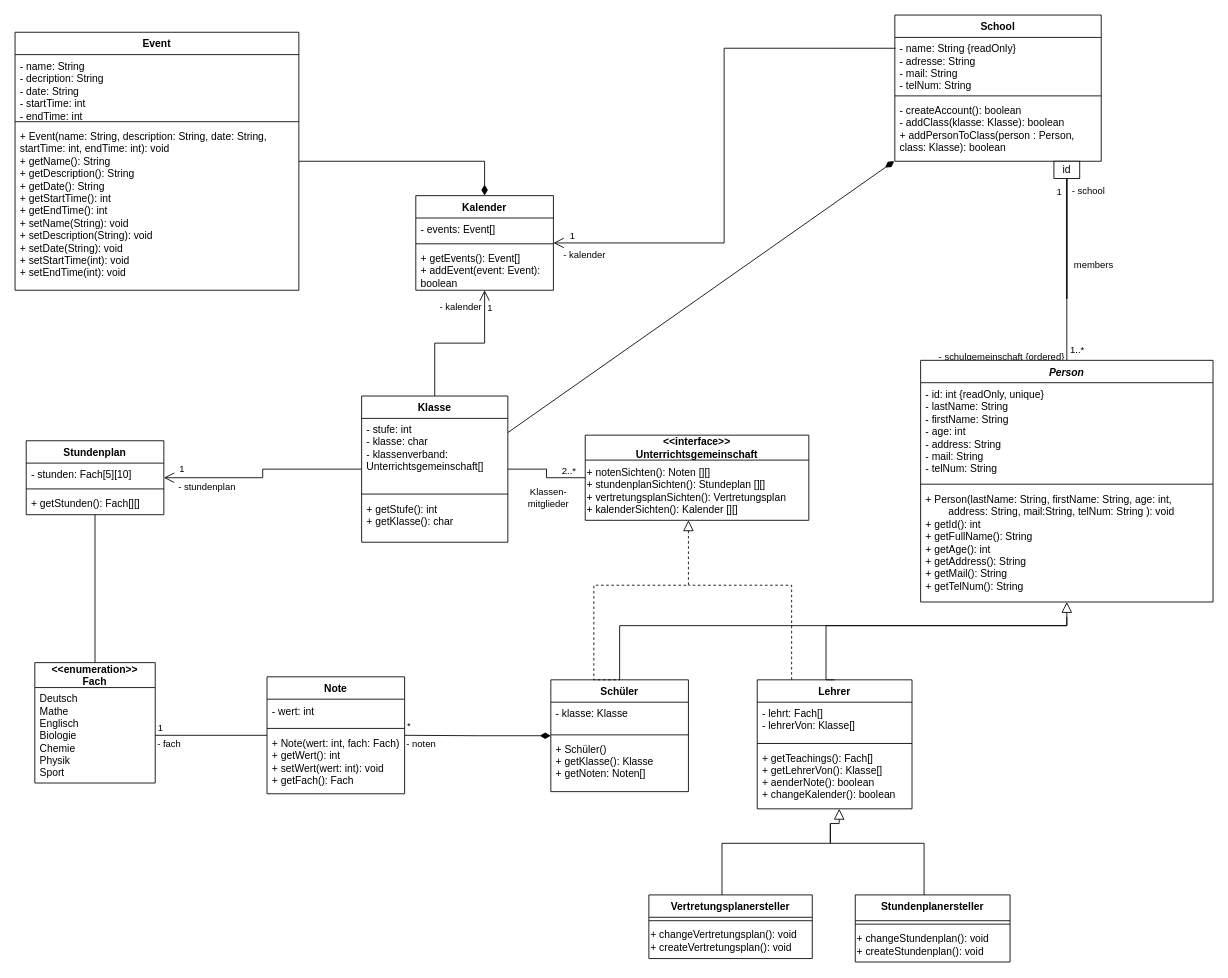
Before: ClassDiagram.drawio in TrainFan1804/SchulverwaltungUML, a draw.io diagram. Source tidied: cells renumbered, new cells numbered last; positions are measured from the earlier drawing's top-left corner, leaving out a move shared by most shapes. Both pictures are drawn from the tidied source at 86%, with x=0, y=0 at pixel (15, 15).
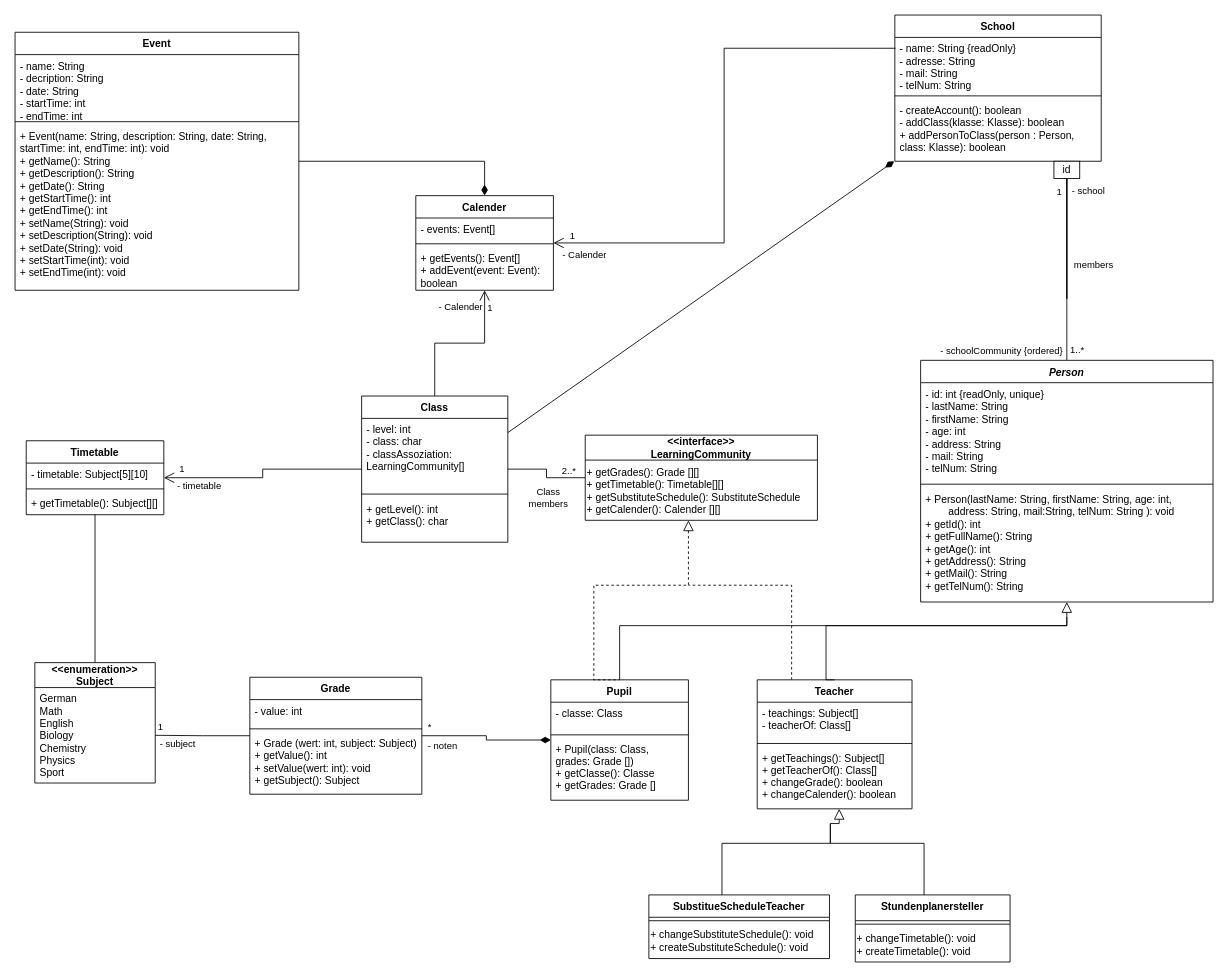
Above is the later version.

Unchanged cells that the change refers to:
```xml
<mxCell id="2" style="edgeStyle=orthogonalEdgeStyle;rounded=0;jettySize=auto;html=1;entryX=1;entryY=0.5;entryDx=0;entryDy=0;endArrow=none;endFill=0;startArrow=diamondThin;startFill=1;startSize=10;" parent="1" edge="1" source="5" target="25">
  <mxGeometry relative="1" as="geometry" />
</mxCell>
<mxCell id="14" value="Stundenplanersteller" style="swimlane;fontStyle=1;align=center;verticalAlign=top;horizontal=1;startSize=30;rounded=0;shadow=0;strokeWidth=1;" parent="1" vertex="1">
  <mxGeometry x="977" y="1023.1" width="180" height="78" as="geometry" />
</mxCell>
<mxCell id="22" style="edgeStyle=orthogonalEdgeStyle;rounded=0;jettySize=auto;html=1;entryX=1;entryY=0.5;entryDx=0;entryDy=0;endArrow=none;endFill=0;" parent="1" edge="1" source="25" target="67">
  <mxGeometry relative="1" as="geometry" />
</mxCell>
<mxCell id="29" style="edgeStyle=orthogonalEdgeStyle;rounded=0;jettySize=auto;html=1;entryX=1;entryY=0.5;entryDx=0;entryDy=0;endArrow=open;endFill=0;endSize=10;exitX=0.003;exitY=0.197;exitDx=0;exitDy=0;exitPerimeter=0;startSize=10;" parent="1" edge="1" source="38" target="51">
  <mxGeometry relative="1" as="geometry" />
</mxCell>
<mxCell id="32" style="edgeStyle=orthogonalEdgeStyle;rounded=0;jettySize=auto;html=1;entryX=0.5;entryY=0;entryDx=0;entryDy=0;strokeColor=default;align=center;verticalAlign=middle;fontFamily=Helvetica;fontSize=11;fontColor=default;labelBackgroundColor=default;endArrow=none;endFill=0;endSize=10;" parent="1" edge="1" source="82" target="62">
  <mxGeometry relative="1" as="geometry" />
</mxCell>
<mxCell id="41" style="edgeStyle=orthogonalEdgeStyle;rounded=0;jettySize=auto;html=1;entryX=0.5;entryY=1;entryDx=0;entryDy=0;endArrow=open;endFill=0;endSize=10;" parent="1" edge="1" source="47" target="51">
  <mxGeometry relative="1" as="geometry" />
</mxCell>
<mxCell id="44" style="edgeStyle=orthogonalEdgeStyle;rounded=0;jettySize=auto;html=1;entryX=1;entryY=0.5;entryDx=0;entryDy=0;endArrow=open;endFill=0;endSize=10;" parent="1" edge="1" source="47" target="56">
  <mxGeometry relative="1" as="geometry" />
</mxCell>
<mxCell id="69" style="edgeStyle=orthogonalEdgeStyle;rounded=0;jettySize=auto;html=1;entryX=1;entryY=0.5;entryDx=0;entryDy=0;endArrow=none;endFill=0;" parent="1" edge="1" source="72" target="47">
  <mxGeometry relative="1" as="geometry" />
</mxCell>
```

What changed in the source:
```diff
@@
     <mxCell id="3" value="- noten" style="edgeLabel;html=1;align=center;verticalAlign=middle;" parent="2" vertex="1">
       <mxGeometry x="0.3" relative="1" as="geometry">
-        <mxPoint x="-41" y="10" as="offset" />
+        <mxPoint x="-31" y="11" as="offset" />
       </mxGeometry>
     </mxCell>
     <mxCell id="4" value="*" style="edgeLabel;html=1;align=center;verticalAlign=middle;" parent="2" vertex="1">
       <mxGeometry x="0.91" y="-1" relative="1" as="geometry">
-        <mxPoint x="-3" y="-10" as="offset" />
+        <mxPoint x="1" y="-10" as="offset" />
       </mxGeometry>
     </mxCell>
-    <mxCell id="5" value="Schüler" style="swimlane;fontStyle=1;align=center;verticalAlign=top;horizontal=1;startSize=26;rounded=0;shadow=0;strokeWidth=1;" parent="1" vertex="1">
-      <mxGeometry x="623" y="773" width="160" height="130" as="geometry" />
+    <mxCell id="5" value="Pupil" style="swimlane;fontStyle=1;align=center;verticalAlign=top;horizontal=1;startSize=26;rounded=0;shadow=0;strokeWidth=1;" parent="1" vertex="1">
+      <mxGeometry x="623" y="773" width="160" height="140" as="geometry" />
     </mxCell>
-    <mxCell id="6" value="- klasse: Klasse&#10;" style="text;align=left;verticalAlign=top;spacingLeft=4;spacingRight=4;overflow=hidden;" parent="5" vertex="1">
+    <mxCell id="6" value="- classe: Class&#10;" style="text;align=left;verticalAlign=top;spacingLeft=4;spacingRight=4;overflow=hidden;" parent="5" vertex="1">
       <mxGeometry y="26" width="160" height="34" as="geometry" />
     </mxCell>
@@
-    <mxCell id="8" value="+ Schüler()&#10;+ getKlasse(): Klasse&#10;+ getNoten: Noten[]" style="text;align=left;verticalAlign=top;spacingLeft=4;spacingRight=4;overflow=hidden;" parent="5" vertex="1">
-      <mxGeometry y="68" width="160" height="52" as="geometry" />
+    <mxCell id="8" value="+ Pupil(class: Class, &#10;grades: Grade [])&#10;+ getClasse(): Classe&#10;+ getGrades: Grade []" style="text;align=left;verticalAlign=top;spacingLeft=4;spacingRight=4;overflow=hidden;" parent="5" vertex="1">
+      <mxGeometry y="68" width="160" height="72" as="geometry" />
     </mxCell>
@@
-    <mxCell id="10" value="Vertretungsplanersteller&#10;&#10;" style="swimlane;fontStyle=1;align=center;verticalAlign=top;horizontal=1;startSize=26;rounded=0;shadow=0;strokeWidth=1;" parent="1" vertex="1">
-      <mxGeometry x="737" y="1023.1" width="190" height="74" as="geometry" />
+    <mxCell id="10" value="SubstitueScheduleTeacher&#10;&#10;" style="swimlane;fontStyle=1;align=center;verticalAlign=top;horizontal=1;startSize=26;rounded=0;shadow=0;strokeWidth=1;" parent="1" vertex="1">
+      <mxGeometry x="737" y="1023.1" width="210" height="74" as="geometry" />
     </mxCell>
     <mxCell id="11" style="line;html=1;strokeWidth=1;align=left;verticalAlign=middle;spacingTop=-1;spacingLeft=3;spacingRight=3;labelPosition=right;" parent="10" vertex="1">
-      <mxGeometry y="26" width="190" height="8" as="geometry" />
+      <mxGeometry y="26" width="210" height="8" as="geometry" />
     </mxCell>
-    <mxCell id="12" value="&lt;div align=&quot;left&quot;&gt;+ changeVertretungsplan(): void&lt;br&gt;&lt;/div&gt;&lt;div align=&quot;left&quot;&gt;+ createVertretungsplan(): void&lt;br&gt;&lt;/div&gt;" style="text;html=1;align=left;verticalAlign=middle;strokeColor=none;fillColor=none;" parent="10" vertex="1">
-      <mxGeometry y="34" width="190" height="40" as="geometry" />
+    <mxCell id="12" value="&lt;div align=&quot;left&quot;&gt;+ changeSubstituteSchedule(): void&lt;br&gt;&lt;/div&gt;&lt;div align=&quot;left&quot;&gt;+ createSubstituteSchedule(): void&lt;br&gt;&lt;/div&gt;" style="text;html=1;align=left;verticalAlign=middle;strokeColor=none;fillColor=none;" parent="10" vertex="1">
+      <mxGeometry y="34" width="210" height="40" as="geometry" />
     </mxCell>
@@
-    <mxCell id="16" value="&lt;div align=&quot;left&quot;&gt;+ changeStundenplan(): void&lt;br&gt;&lt;/div&gt;&lt;div align=&quot;left&quot;&gt;+ createStundenplan(): void&lt;/div&gt;" style="text;html=1;align=left;verticalAlign=middle;strokeColor=none;fillColor=none;" parent="14" vertex="1">
+    <mxCell id="16" value="&lt;div align=&quot;left&quot;&gt;+ changeTimetable(): void&lt;br&gt;&lt;/div&gt;&lt;div align=&quot;left&quot;&gt;+ createTimetable(): void&lt;/div&gt;" style="text;html=1;align=left;verticalAlign=middle;strokeColor=none;fillColor=none;" parent="14" vertex="1">
       <mxGeometry y="38" width="180" height="40" as="geometry" />
     </mxCell>
@@
-    <mxCell id="18" value="Lehrer" style="swimlane;fontStyle=1;align=center;verticalAlign=top;horizontal=1;startSize=26;rounded=0;shadow=0;strokeWidth=1;" parent="1" vertex="1">
+    <mxCell id="18" value="Teacher" style="swimlane;fontStyle=1;align=center;verticalAlign=top;horizontal=1;startSize=26;rounded=0;shadow=0;strokeWidth=1;" parent="1" vertex="1">
       <mxGeometry x="863" y="773" width="180" height="150" as="geometry" />
     </mxCell>
-    <mxCell id="19" value="- lehrt: Fach[]&#10;- lehrerVon: Klasse[]&#10;" style="text;align=left;verticalAlign=top;spacingLeft=4;spacingRight=4;overflow=hidden;" parent="18" vertex="1">
+    <mxCell id="19" value="- teachings: Subject[]&#10;- teacherOf: Class[]&#10;" style="text;align=left;verticalAlign=top;spacingLeft=4;spacingRight=4;overflow=hidden;" parent="18" vertex="1">
       <mxGeometry y="26" width="180" height="44" as="geometry" />
     </mxCell>
@@
-    <mxCell id="21" value="+ getTeachings(): Fach[]&#10;+ getLehrerVon(): Klasse[]&#10;+ aenderNote(): boolean&#10;+ changeKalender(): boolean" style="text;align=left;verticalAlign=top;spacingLeft=4;spacingRight=4;overflow=hidden;" parent="18" vertex="1">
+    <mxCell id="21" value="+ getTeachings(): Subject[]&#10;+ getTeacherOf(): Class[]&#10;+ changeGrade(): boolean&#10;+ changeCalender(): boolean" style="text;align=left;verticalAlign=top;spacingLeft=4;spacingRight=4;overflow=hidden;" parent="18" vertex="1">
       <mxGeometry y="78" width="180" height="72" as="geometry" />
     </mxCell>
@@
     <mxCell id="23" value="1" style="edgeLabel;html=1;align=center;verticalAlign=middle;" parent="22" vertex="1">
       <mxGeometry x="0.77" y="-1" relative="1" as="geometry">
-        <mxPoint x="-10" y="-8" as="offset" />
+        <mxPoint x="-7" y="-9" as="offset" />
       </mxGeometry>
     </mxCell>
-    <mxCell id="24" value="- fach" style="edgeLabel;html=1;align=center;verticalAlign=middle;" parent="22" vertex="1">
+    <mxCell id="24" value="- subject" style="edgeLabel;html=1;align=center;verticalAlign=middle;" parent="22" vertex="1">
       <mxGeometry x="0.83" y="1" relative="1" as="geometry">
-        <mxPoint x="4" y="9" as="offset" />
+        <mxPoint x="16" y="9" as="offset" />
       </mxGeometry>
     </mxCell>
-    <mxCell id="25" value="Note" style="swimlane;fontStyle=1;align=center;verticalAlign=top;horizontal=1;startSize=26;whiteSpace=wrap;html=1;" parent="1" vertex="1">
-      <mxGeometry x="293" y="769.5" width="160" height="136" as="geometry" />
+    <mxCell id="25" value="Grade" style="swimlane;fontStyle=1;align=center;verticalAlign=top;horizontal=1;startSize=26;whiteSpace=wrap;html=1;" parent="1" vertex="1">
+      <mxGeometry x="273" y="770" width="200" height="136" as="geometry" />
     </mxCell>
-    <mxCell id="26" value="&lt;div&gt;- wert: int&lt;/div&gt;" style="text;strokeColor=none;fillColor=none;align=left;verticalAlign=top;spacingLeft=4;spacingRight=4;overflow=hidden;whiteSpace=wrap;html=1;" parent="25" vertex="1">
-      <mxGeometry y="26" width="160" height="30" as="geometry" />
+    <mxCell id="26" value="&lt;div&gt;- value: int&lt;/div&gt;" style="text;strokeColor=none;fillColor=none;align=left;verticalAlign=top;spacingLeft=4;spacingRight=4;overflow=hidden;whiteSpace=wrap;html=1;" parent="25" vertex="1">
+      <mxGeometry y="26" width="200" height="30" as="geometry" />
     </mxCell>
     <mxCell id="27" style="line;strokeWidth=1;fillColor=none;align=left;verticalAlign=middle;spacingTop=-1;spacingLeft=3;spacingRight=3;labelPosition=right;strokeColor=inherit;" parent="25" vertex="1">
-      <mxGeometry y="56" width="160" height="8" as="geometry" />
+      <mxGeometry y="56" width="200" height="8" as="geometry" />
     </mxCell>
-    <mxCell id="28" value="&lt;div&gt;+ Note(wert: int, fach: Fach)&lt;br&gt;&lt;/div&gt;&lt;div&gt;+ getWert(): int&lt;/div&gt;&lt;div&gt;+ setWert(wert: int): void&lt;br&gt;&lt;/div&gt;&lt;div&gt;+ getFach(): Fach&lt;/div&gt;" style="text;strokeColor=none;fillColor=none;align=left;verticalAlign=top;spacingLeft=4;spacingRight=4;overflow=hidden;whiteSpace=wrap;html=1;" parent="25" vertex="1">
-      <mxGeometry y="64" width="160" height="72" as="geometry" />
+    <mxCell id="28" value="&lt;div&gt;+ Grade (wert: int, subject: Subject)&lt;br&gt;&lt;/div&gt;&lt;div&gt;+ getValue(): int&lt;/div&gt;&lt;div&gt;+ setValue(wert: int): void&lt;br&gt;&lt;/div&gt;&lt;div&gt;+ getSubject(): Subject&lt;/div&gt;" style="text;strokeColor=none;fillColor=none;align=left;verticalAlign=top;spacingLeft=4;spacingRight=4;overflow=hidden;whiteSpace=wrap;html=1;" parent="25" vertex="1">
+      <mxGeometry y="64" width="200" height="72" as="geometry" />
     </mxCell>
@@
-    <mxCell id="31" value="- kalender" style="edgeLabel;html=1;align=center;verticalAlign=middle;" parent="29" vertex="1">
+    <mxCell id="31" value="- Calender" style="edgeLabel;html=1;align=center;verticalAlign=middle;" parent="29" vertex="1">
       <mxGeometry x="0.47" y="1" relative="1" as="geometry">
         <mxPoint x="-130" y="12" as="offset" />
       </mxGeometry>
     </mxCell>
@@
-    <mxCell id="34" value="- schulgemeinschaft {ordered}" style="edgeLabel;html=1;align=center;verticalAlign=middle;" parent="32" vertex="1">
+    <mxCell id="34" value="- schoolCommunity {ordered}" style="edgeLabel;html=1;align=center;verticalAlign=middle;" parent="32" vertex="1">
       <mxGeometry x="0.61" y="-1" relative="1" as="geometry">
-        <mxPoint x="-76" y="37" as="offset" />
+        <mxPoint x="-76" y="30" as="offset" />
       </mxGeometry>
     </mxCell>
@@
-    <mxCell id="43" value="- kalender" style="edgeLabel;html=1;align=center;verticalAlign=middle;" parent="41" vertex="1">
+    <mxCell id="43" value="- Calender" style="edgeLabel;html=1;align=center;verticalAlign=middle;" parent="41" vertex="1">
       <mxGeometry x="0.32" y="1" relative="1" as="geometry">
         <mxPoint x="-28" y="-41" as="offset" />
       </mxGeometry>
     </mxCell>
@@
-    <mxCell id="46" value="- stundenplan" style="edgeLabel;html=1;align=center;verticalAlign=middle;" parent="44" vertex="1">
+    <mxCell id="46" value="- timetable" style="edgeLabel;html=1;align=center;verticalAlign=middle;" parent="44" vertex="1">
       <mxGeometry x="0.78" relative="1" as="geometry">
-        <mxPoint x="23" y="10" as="offset" />
+        <mxPoint x="14" y="9" as="offset" />
       </mxGeometry>
     </mxCell>
-    <mxCell id="47" value="Klasse" style="swimlane;fontStyle=1;align=center;verticalAlign=top;horizontal=1;startSize=26;whiteSpace=wrap;html=1;" parent="1" vertex="1">
+    <mxCell id="47" value="Class" style="swimlane;fontStyle=1;align=center;verticalAlign=top;horizontal=1;startSize=26;whiteSpace=wrap;html=1;" parent="1" vertex="1">
       <mxGeometry x="403" y="443" width="170" height="170" as="geometry" />
     </mxCell>
-    <mxCell id="48" value="&lt;div&gt;- stufe: int&lt;/div&gt;- klasse: char&lt;div&gt;- klassenverband: Unterrichtsgemeinschaft[]&lt;/div&gt;" style="text;strokeColor=none;fillColor=none;align=left;verticalAlign=top;spacingLeft=4;spacingRight=4;overflow=hidden;whiteSpace=wrap;html=1;" parent="47" vertex="1">
+    <mxCell id="48" value="&lt;div&gt;- level: int&lt;/div&gt;- class: char&lt;div&gt;- classAssoziation: LearningCommunity[]&lt;/div&gt;" style="text;strokeColor=none;fillColor=none;align=left;verticalAlign=top;spacingLeft=4;spacingRight=4;overflow=hidden;whiteSpace=wrap;html=1;" parent="47" vertex="1">
       <mxGeometry y="26" width="170" height="84" as="geometry" />
     </mxCell>
@@
-    <mxCell id="50" value="&lt;div&gt;+ getStufe(): int&lt;/div&gt;&lt;div&gt;+ getKlasse(): char&lt;br&gt;&lt;/div&gt;&lt;div&gt;&lt;br&gt;&lt;/div&gt;" style="text;strokeColor=none;fillColor=none;align=left;verticalAlign=top;spacingLeft=4;spacingRight=4;overflow=hidden;whiteSpace=wrap;html=1;" parent="47" vertex="1">
+    <mxCell id="50" value="&lt;div&gt;+ getLevel(): int&lt;/div&gt;&lt;div&gt;+ getClass(): char&lt;br&gt;&lt;/div&gt;&lt;div&gt;&lt;br&gt;&lt;/div&gt;" style="text;strokeColor=none;fillColor=none;align=left;verticalAlign=top;spacingLeft=4;spacingRight=4;overflow=hidden;whiteSpace=wrap;html=1;" parent="47" vertex="1">
       <mxGeometry y="118" width="170" height="52" as="geometry" />
     </mxCell>
-    <mxCell id="51" value="Kalender&lt;div&gt;&lt;br&gt;&lt;/div&gt;" style="swimlane;fontStyle=1;align=center;verticalAlign=top;horizontal=1;startSize=26;whiteSpace=wrap;html=1;" parent="1" vertex="1">
+    <mxCell id="51" value="Calender&lt;div&gt;&lt;br&gt;&lt;/div&gt;" style="swimlane;fontStyle=1;align=center;verticalAlign=top;horizontal=1;startSize=26;whiteSpace=wrap;html=1;" parent="1" vertex="1">
       <mxGeometry x="466" y="210" width="160" height="110" as="geometry" />
     </mxCell>
@@
-    <mxCell id="56" value="Stundenplan" style="swimlane;fontStyle=1;align=center;verticalAlign=top;horizontal=1;startSize=26;whiteSpace=wrap;html=1;" parent="1" vertex="1">
+    <mxCell id="56" value="Timetable" style="swimlane;fontStyle=1;align=center;verticalAlign=top;horizontal=1;startSize=26;whiteSpace=wrap;html=1;" parent="1" vertex="1">
       <mxGeometry x="13" y="495" width="160" height="86" as="geometry" />
     </mxCell>
-    <mxCell id="57" value="- stunden: Fach[5][10]" style="text;strokeColor=none;fillColor=none;align=left;verticalAlign=top;spacingLeft=4;spacingRight=4;overflow=hidden;whiteSpace=wrap;html=1;" parent="56" vertex="1">
+    <mxCell id="57" value="- timetable: Subject[5][10]" style="text;strokeColor=none;fillColor=none;align=left;verticalAlign=top;spacingLeft=4;spacingRight=4;overflow=hidden;whiteSpace=wrap;html=1;" parent="56" vertex="1">
       <mxGeometry y="26" width="160" height="26" as="geometry" />
     </mxCell>
@@
-    <mxCell id="59" value="+ getStunden(): Fach[][]" style="text;strokeColor=none;fillColor=none;align=left;verticalAlign=top;spacingLeft=4;spacingRight=4;overflow=hidden;whiteSpace=wrap;html=1;" parent="56" vertex="1">
+    <mxCell id="59" value="+ getTimetable(): Subject[][]" style="text;strokeColor=none;fillColor=none;align=left;verticalAlign=top;spacingLeft=4;spacingRight=4;overflow=hidden;whiteSpace=wrap;html=1;" parent="56" vertex="1">
       <mxGeometry y="60" width="160" height="26" as="geometry" />
     </mxCell>
@@
-    <mxCell id="66" value="&lt;div&gt;&amp;lt;&amp;lt;enumeration&amp;gt;&amp;gt;&lt;br&gt;&lt;/div&gt;&lt;div&gt;Fach&lt;/div&gt;" style="swimlane;fontStyle=1;align=center;verticalAlign=middle;horizontal=1;startSize=29;html=1;whiteSpace=wrap;" parent="1" vertex="1">
+    <mxCell id="66" value="&lt;div&gt;&amp;lt;&amp;lt;enumeration&amp;gt;&amp;gt;&lt;br&gt;&lt;/div&gt;&lt;div&gt;Subject&lt;/div&gt;" style="swimlane;fontStyle=1;align=center;verticalAlign=middle;horizontal=1;startSize=29;html=1;whiteSpace=wrap;" parent="1" vertex="1">
       <mxGeometry x="23" y="753" width="140" height="140" as="geometry" />
     </mxCell>
-    <mxCell id="67" value="&lt;div&gt;Deutsch&lt;/div&gt;&lt;div&gt;Mathe&lt;/div&gt;&lt;div&gt;Englisch&lt;/div&gt;&lt;div&gt;Biologie&lt;/div&gt;&lt;div&gt;Chemie&lt;/div&gt;&lt;div&gt;Physik&lt;/div&gt;&lt;div&gt;Sport&lt;br&gt;&lt;/div&gt;" style="text;html=1;strokeColor=none;fillColor=none;align=left;verticalAlign=middle;spacingLeft=4;spacingRight=4;overflow=hidden;points=[[0,0.5],[1,0.5]];portConstraint=eastwest;whiteSpace=wrap;" parent="66" vertex="1">
+    <mxCell id="67" value="&lt;div&gt;German&lt;/div&gt;&lt;div&gt;Math&lt;/div&gt;&lt;div&gt;English&lt;/div&gt;&lt;div&gt;Biology&lt;/div&gt;&lt;div&gt;Chemistry&lt;/div&gt;&lt;div&gt;Physics&lt;/div&gt;&lt;div&gt;Sport&lt;br&gt;&lt;/div&gt;" style="text;html=1;strokeColor=none;fillColor=none;align=left;verticalAlign=middle;spacingLeft=4;spacingRight=4;overflow=hidden;points=[[0,0.5],[1,0.5]];portConstraint=eastwest;whiteSpace=wrap;" parent="66" vertex="1">
       <mxGeometry y="29" width="140" height="111" as="geometry" />
     </mxCell>
@@
-    <mxCell id="71" value="Klassen-&lt;div&gt;mitglieder&lt;/div&gt;" style="edgeLabel;html=1;align=center;verticalAlign=middle;" parent="69" vertex="1">
+    <mxCell id="71" value="Class&lt;div&gt;members&lt;/div&gt;" style="edgeLabel;html=1;align=center;verticalAlign=middle;" parent="69" vertex="1">
       <mxGeometry x="-0.24" y="2" relative="1" as="geometry">
         <mxPoint x="-6" y="20" as="offset" />
       </mxGeometry>
     </mxCell>
-    <mxCell id="72" value="&lt;div&gt;&amp;lt;&amp;lt;interface&amp;gt;&amp;gt;&lt;br&gt;&lt;/div&gt;&lt;div&gt;Unterrichtsgemeinschaft&lt;/div&gt;" style="swimlane;fontStyle=1;align=center;verticalAlign=middle;horizontal=1;startSize=29;html=1;whiteSpace=wrap;" parent="1" vertex="1">
-      <mxGeometry x="663" y="488.5" width="260" height="99" as="geometry" />
+    <mxCell id="72" value="&lt;div&gt;&amp;lt;&amp;lt;interface&amp;gt;&amp;gt;&lt;br&gt;&lt;/div&gt;&lt;div&gt;LearningCommunity&lt;/div&gt;" style="swimlane;fontStyle=1;align=center;verticalAlign=middle;horizontal=1;startSize=29;html=1;whiteSpace=wrap;" parent="1" vertex="1">
+      <mxGeometry x="663" y="488.5" width="270" height="99" as="geometry" />
     </mxCell>
-    <mxCell id="73" value="&lt;div align=&quot;left&quot;&gt;+ notenSichten(): Noten [][]&lt;br&gt;&lt;/div&gt;&lt;div align=&quot;left&quot;&gt;+ stundenplanSichten(): Stundeplan [][]&lt;br&gt;&lt;/div&gt;&lt;div align=&quot;left&quot;&gt;+ vertretungsplanSichten(): Vertretungsplan&amp;nbsp;&lt;br&gt;&lt;/div&gt;&lt;div align=&quot;left&quot;&gt;+ kalenderSichten(): Kalender [][]&lt;br&gt;&lt;/div&gt;" style="text;html=1;align=left;verticalAlign=middle;strokeColor=none;fillColor=none;" parent="72" vertex="1">
-      <mxGeometry y="29" width="260" height="70" as="geometry" />
+    <mxCell id="73" value="&lt;div align=&quot;left&quot;&gt;+ getGrades(): Grade [][]&lt;br&gt;&lt;/div&gt;&lt;div align=&quot;left&quot;&gt;+ getTimetable(): Timetable[][]&lt;br&gt;&lt;/div&gt;&lt;div align=&quot;left&quot;&gt;+ getSubstituteSchedule():&amp;nbsp;&lt;span style=&quot;background-color: initial;&quot;&gt;SubstituteSchedule&lt;/span&gt;&lt;br&gt;&lt;/div&gt;&lt;div align=&quot;left&quot;&gt;+ getCalender(): Calender [][]&lt;br&gt;&lt;/div&gt;" style="text;html=1;align=left;verticalAlign=middle;strokeColor=none;fillColor=none;" parent="72" vertex="1">
+      <mxGeometry y="29" width="270" height="70" as="geometry" />
     </mxCell>
```
